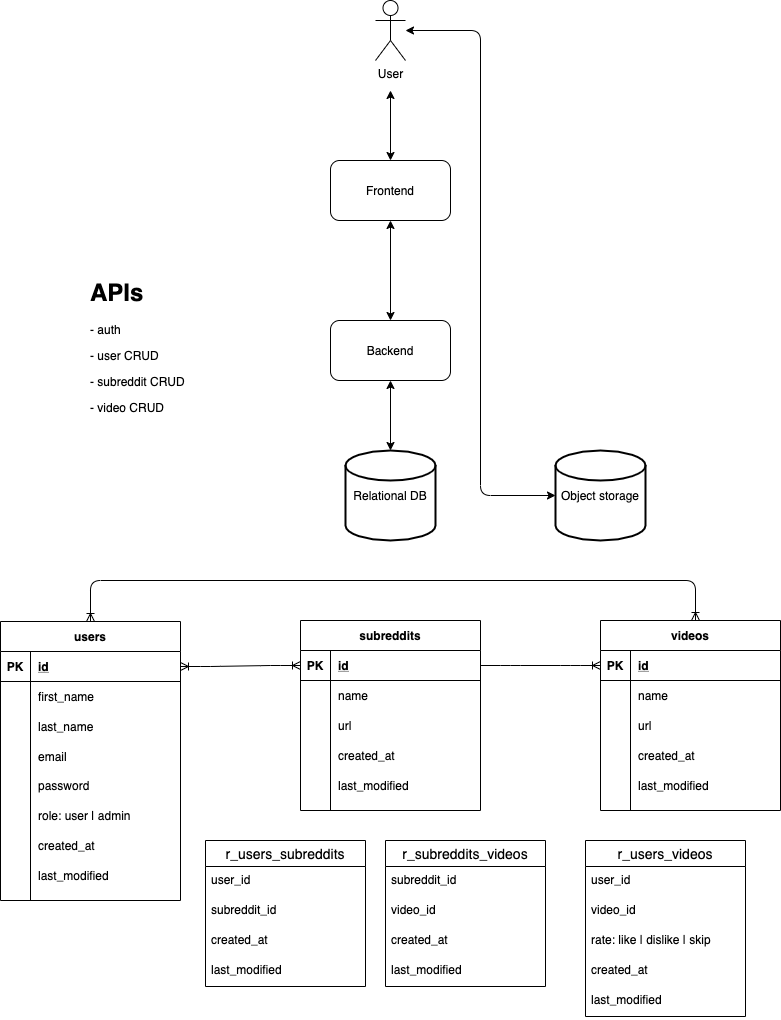
This is system-design.png from kzkaneoka/reddit-short-videos, a draw.io export, as it was before one commit. Source tidied: cells renumbered, new cells last; positions are measured from the earlier drawing's top-left corner, leaving out a move shared by most shapes.
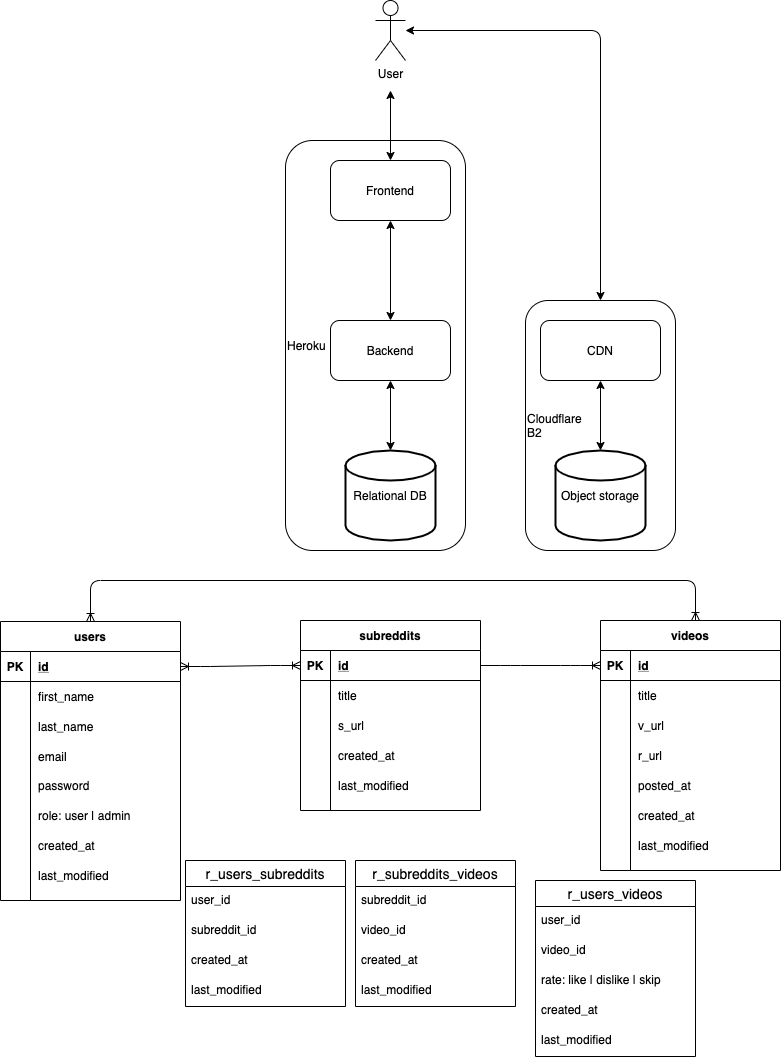
Later version of the same file.

What changed in the source:
```diff
@@ -2,6 +2,15 @@
   <root>
     <mxCell id="0" />
     <mxCell id="1" parent="0" />
+    <mxCell id="88" value="&lt;span&gt;Cloudflare&lt;br&gt;B2&lt;/span&gt;" style="rounded=1;whiteSpace=wrap;html=1;align=left;" parent="1" vertex="1">
+      <mxGeometry x="525" y="300" width="150" height="250" as="geometry" />
+    </mxCell>
+    <mxCell id="89" style="edgeStyle=orthogonalEdgeStyle;rounded=0;jettySize=auto;html=1;startArrow=classic;startFill=1;" parent="1" edge="1" source="97" target="66">
+      <mxGeometry relative="1" as="geometry" />
+    </mxCell>
+    <mxCell id="90" value="Heroku" style="rounded=1;whiteSpace=wrap;html=1;align=left;" parent="1" vertex="1">
+      <mxGeometry x="285" y="140" width="180" height="410" as="geometry" />
+    </mxCell>
     <mxCell id="2" value="User" style="shape=umlActor;verticalLabelPosition=bottom;verticalAlign=top;html=1;outlineConnect=0;" parent="1" vertex="1">
       <mxGeometry x="375" width="30" height="60" as="geometry" />
     </mxCell>
@@ -107,7 +116,7 @@
     <mxCell id="36" style="shape=partialRectangle;fillColor=none;top=0;left=0;bottom=0;right=0;overflow=hidden;" parent="35" vertex="1">
       <mxGeometry width="30" height="30" as="geometry" />
     </mxCell>
-    <mxCell id="37" value="name" style="shape=partialRectangle;fillColor=none;top=0;left=0;bottom=0;right=0;align=left;spacingLeft=6;overflow=hidden;" parent="35" vertex="1">
+    <mxCell id="37" value="title" style="shape=partialRectangle;fillColor=none;top=0;left=0;bottom=0;right=0;align=left;spacingLeft=6;overflow=hidden;" parent="35" vertex="1">
       <mxGeometry x="30" width="150" height="30" as="geometry" />
     </mxCell>
     <mxCell id="38" style="shape=partialRectangle;fillColor=none;top=0;left=0;bottom=0;right=0;" parent="31" vertex="1">
@@ -116,7 +125,7 @@
     <mxCell id="39" style="shape=partialRectangle;fillColor=none;top=0;left=0;bottom=0;right=0;overflow=hidden;" parent="38" vertex="1">
       <mxGeometry width="30" height="30" as="geometry" />
     </mxCell>
-    <mxCell id="40" value="url" style="shape=partialRectangle;fillColor=none;top=0;left=0;bottom=0;right=0;align=left;spacingLeft=6;overflow=hidden;" parent="38" vertex="1">
+    <mxCell id="40" value="s_url" style="shape=partialRectangle;fillColor=none;top=0;left=0;bottom=0;right=0;align=left;spacingLeft=6;overflow=hidden;" parent="38" vertex="1">
       <mxGeometry x="30" width="150" height="30" as="geometry" />
     </mxCell>
     <mxCell id="41" style="shape=partialRectangle;fillColor=none;top=0;left=0;bottom=0;right=0;" parent="31" vertex="1">
@@ -138,7 +147,7 @@
       <mxGeometry x="30" width="150" height="30" as="geometry" />
     </mxCell>
     <mxCell id="47" value="videos" style="shape=table;startSize=30;rowLines=0;fontStyle=1;align=center;" parent="1" vertex="1">
-      <mxGeometry x="600" y="620" width="180" height="190" as="geometry" />
+      <mxGeometry x="600" y="620" width="180" height="250" as="geometry" />
     </mxCell>
     <mxCell id="48" style="shape=partialRectangle;fillColor=none;top=0;left=0;bottom=1;right=0;points=[[0,0.5],[1,0.5]];portConstraint=eastwest;" parent="47" vertex="1">
       <mxGeometry y="30" width="180" height="30" as="geometry" />
@@ -155,7 +164,7 @@
     <mxCell id="52" style="shape=partialRectangle;fillColor=none;top=0;left=0;bottom=0;right=0;overflow=hidden;" parent="51" vertex="1">
       <mxGeometry width="30" height="30" as="geometry" />
     </mxCell>
-    <mxCell id="53" value="name" style="shape=partialRectangle;fillColor=none;top=0;left=0;bottom=0;right=0;align=left;spacingLeft=6;overflow=hidden;" parent="51" vertex="1">
+    <mxCell id="53" value="title" style="shape=partialRectangle;fillColor=none;top=0;left=0;bottom=0;right=0;align=left;spacingLeft=6;overflow=hidden;" parent="51" vertex="1">
       <mxGeometry x="30" width="150" height="30" as="geometry" />
     </mxCell>
     <mxCell id="54" style="shape=partialRectangle;fillColor=none;top=0;left=0;bottom=0;right=0;" parent="47" vertex="1">
@@ -164,7 +173,7 @@
     <mxCell id="55" style="shape=partialRectangle;fillColor=none;top=0;left=0;bottom=0;right=0;overflow=hidden;" parent="54" vertex="1">
       <mxGeometry width="30" height="30" as="geometry" />
     </mxCell>
-    <mxCell id="56" value="url" style="shape=partialRectangle;fillColor=none;top=0;left=0;bottom=0;right=0;align=left;spacingLeft=6;overflow=hidden;" parent="54" vertex="1">
+    <mxCell id="56" value="v_url" style="shape=partialRectangle;fillColor=none;top=0;left=0;bottom=0;right=0;align=left;spacingLeft=6;overflow=hidden;" parent="54" vertex="1">
       <mxGeometry x="30" width="150" height="30" as="geometry" />
     </mxCell>
     <mxCell id="57" style="shape=partialRectangle;fillColor=none;top=0;left=0;bottom=0;right=0;" parent="47" vertex="1">
@@ -173,7 +182,7 @@
     <mxCell id="58" style="shape=partialRectangle;fillColor=none;top=0;left=0;bottom=0;right=0;overflow=hidden;" parent="57" vertex="1">
       <mxGeometry width="30" height="30" as="geometry" />
     </mxCell>
-    <mxCell id="59" value="created_at" style="shape=partialRectangle;fillColor=none;top=0;left=0;bottom=0;right=0;align=left;spacingLeft=6;overflow=hidden;" parent="57" vertex="1">
+    <mxCell id="59" value="r_url" style="shape=partialRectangle;fillColor=none;top=0;left=0;bottom=0;right=0;align=left;spacingLeft=6;overflow=hidden;" parent="57" vertex="1">
       <mxGeometry x="30" width="150" height="30" as="geometry" />
     </mxCell>
     <mxCell id="60" style="shape=partialRectangle;fillColor=none;top=0;left=0;bottom=0;right=0;" parent="47" vertex="1">
@@ -182,9 +191,27 @@
     <mxCell id="61" style="shape=partialRectangle;fillColor=none;top=0;left=0;bottom=0;right=0;overflow=hidden;" parent="60" vertex="1">
       <mxGeometry width="30" height="30" as="geometry" />
     </mxCell>
-    <mxCell id="62" value="last_modified" style="shape=partialRectangle;fillColor=none;top=0;left=0;bottom=0;right=0;align=left;spacingLeft=6;overflow=hidden;" parent="60" vertex="1">
+    <mxCell id="62" value="posted_at" style="shape=partialRectangle;fillColor=none;top=0;left=0;bottom=0;right=0;align=left;spacingLeft=6;overflow=hidden;" parent="60" vertex="1">
       <mxGeometry x="30" width="150" height="30" as="geometry" />
     </mxCell>
+    <mxCell id="91" style="shape=partialRectangle;fillColor=none;top=0;left=0;bottom=0;right=0;" parent="47" vertex="1">
+      <mxGeometry y="180" width="180" height="30" as="geometry" />
+    </mxCell>
+    <mxCell id="92" style="shape=partialRectangle;fillColor=none;top=0;left=0;bottom=0;right=0;overflow=hidden;" parent="91" vertex="1">
+      <mxGeometry width="30" height="30" as="geometry" />
+    </mxCell>
+    <mxCell id="93" value="created_at" style="shape=partialRectangle;fillColor=none;top=0;left=0;bottom=0;right=0;align=left;spacingLeft=6;overflow=hidden;" parent="91" vertex="1">
+      <mxGeometry x="30" width="150" height="30" as="geometry" />
+    </mxCell>
+    <mxCell id="94" style="shape=partialRectangle;fillColor=none;top=0;left=0;bottom=0;right=0;" parent="47" vertex="1">
+      <mxGeometry y="210" width="180" height="30" as="geometry" />
+    </mxCell>
+    <mxCell id="95" style="shape=partialRectangle;fillColor=none;top=0;left=0;bottom=0;right=0;overflow=hidden;" parent="94" vertex="1">
+      <mxGeometry width="30" height="30" as="geometry" />
+    </mxCell>
+    <mxCell id="96" value="last_modified" style="shape=partialRectangle;fillColor=none;top=0;left=0;bottom=0;right=0;align=left;spacingLeft=6;overflow=hidden;" parent="94" vertex="1">
+      <mxGeometry x="30" width="150" height="30" as="geometry" />
+    </mxCell>
     <mxCell id="63" style="edgeStyle=entityRelationEdgeStyle;fontSize=12;html=1;endArrow=ERoneToMany;startArrow=ERoneToMany;startFill=0;" parent="1" edge="1" source="7" target="32">
       <mxGeometry relative="1" as="geometry" />
     </mxCell>
@@ -208,7 +235,7 @@
     <mxCell id="68" style="endArrow=classic;startArrow=classic;html=1;" parent="1" edge="1" source="5" target="4">
       <mxGeometry relative="1" as="geometry" />
     </mxCell>
-    <mxCell id="69" style="endArrow=classic;startArrow=classic;html=1;edgeStyle=elbowEdgeStyle;" parent="1" edge="1" source="66" target="2">
+    <mxCell id="69" style="endArrow=classic;startArrow=classic;html=1;edgeStyle=orthogonalEdgeStyle;entryX=0.5;entryY=0;entryDx=0;entryDy=0;" parent="1" edge="1" source="2" target="88">
       <mxGeometry relative="1" as="geometry" />
     </mxCell>
     <mxCell id="70" style="endArrow=classic;startArrow=classic;html=1;" parent="1" edge="1" source="3">
@@ -216,11 +243,8 @@
         <mxPoint x="390" y="90" as="targetPoint" />
       </mxGeometry>
     </mxCell>
-    <mxCell id="71" value="&lt;h1&gt;APIs&lt;/h1&gt;&lt;p&gt;- auth&lt;/p&gt;&lt;p&gt;- user CRUD&lt;/p&gt;&lt;p&gt;- subreddit CRUD&lt;/p&gt;&lt;p&gt;- video CRUD&lt;/p&gt;" style="text;html=1;strokeColor=none;fillColor=none;spacing=5;spacingTop=-20;whiteSpace=wrap;overflow=hidden;rounded=0;" parent="1" vertex="1">
-      <mxGeometry x="85" y="272.5" width="190" height="155" as="geometry" />
-    </mxCell>
     <mxCell id="72" value="r_subreddits_videos" style="swimlane;fontStyle=0;horizontal=1;startSize=26;align=center;fontSize=14;" parent="1" vertex="1">
-      <mxGeometry x="385" y="840" width="160" height="146" as="geometry" />
+      <mxGeometry x="355" y="860" width="160" height="146" as="geometry" />
     </mxCell>
     <mxCell id="73" value="subreddit_id" style="text;strokeColor=none;fillColor=none;spacingLeft=4;spacingRight=4;overflow=hidden;fontSize=12;" parent="72" vertex="1">
       <mxGeometry y="26" width="160" height="30" as="geometry" />
@@ -235,7 +259,7 @@
       <mxGeometry y="116" width="160" height="30" as="geometry" />
     </mxCell>
     <mxCell id="77" value="r_users_subreddits" style="swimlane;fontStyle=0;horizontal=1;startSize=26;align=center;fontSize=14;" parent="1" vertex="1">
-      <mxGeometry x="205" y="840" width="160" height="146" as="geometry" />
+      <mxGeometry x="185" y="860" width="160" height="146" as="geometry" />
     </mxCell>
     <mxCell id="78" value="user_id" style="text;strokeColor=none;fillColor=none;spacingLeft=4;spacingRight=4;overflow=hidden;fontSize=12;" parent="77" vertex="1">
       <mxGeometry y="26" width="160" height="30" as="geometry" />
@@ -250,7 +274,7 @@
       <mxGeometry y="116" width="160" height="30" as="geometry" />
     </mxCell>
     <mxCell id="82" value="r_users_videos" style="swimlane;fontStyle=0;horizontal=1;startSize=26;align=center;fontSize=14;" parent="1" vertex="1">
-      <mxGeometry x="585" y="840" width="160" height="176" as="geometry" />
+      <mxGeometry x="535" y="880" width="160" height="176" as="geometry" />
     </mxCell>
     <mxCell id="83" value="user_id" style="text;strokeColor=none;fillColor=none;spacingLeft=4;spacingRight=4;overflow=hidden;fontSize=12;" parent="82" vertex="1">
       <mxGeometry y="26" width="160" height="30" as="geometry" />
@@ -267,5 +291,8 @@
     <mxCell id="87" value="last_modified" style="text;strokeColor=none;fillColor=none;spacingLeft=4;spacingRight=4;overflow=hidden;fontSize=12;" parent="82" vertex="1">
       <mxGeometry y="146" width="160" height="30" as="geometry" />
     </mxCell>
+    <mxCell id="97" value="CDN" style="rounded=1;whiteSpace=wrap;html=1;align=center;" parent="1" vertex="1">
+      <mxGeometry x="540" y="320" width="120" height="60" as="geometry" />
+    </mxCell>
   </root>
 </mxGraphModel>
```
